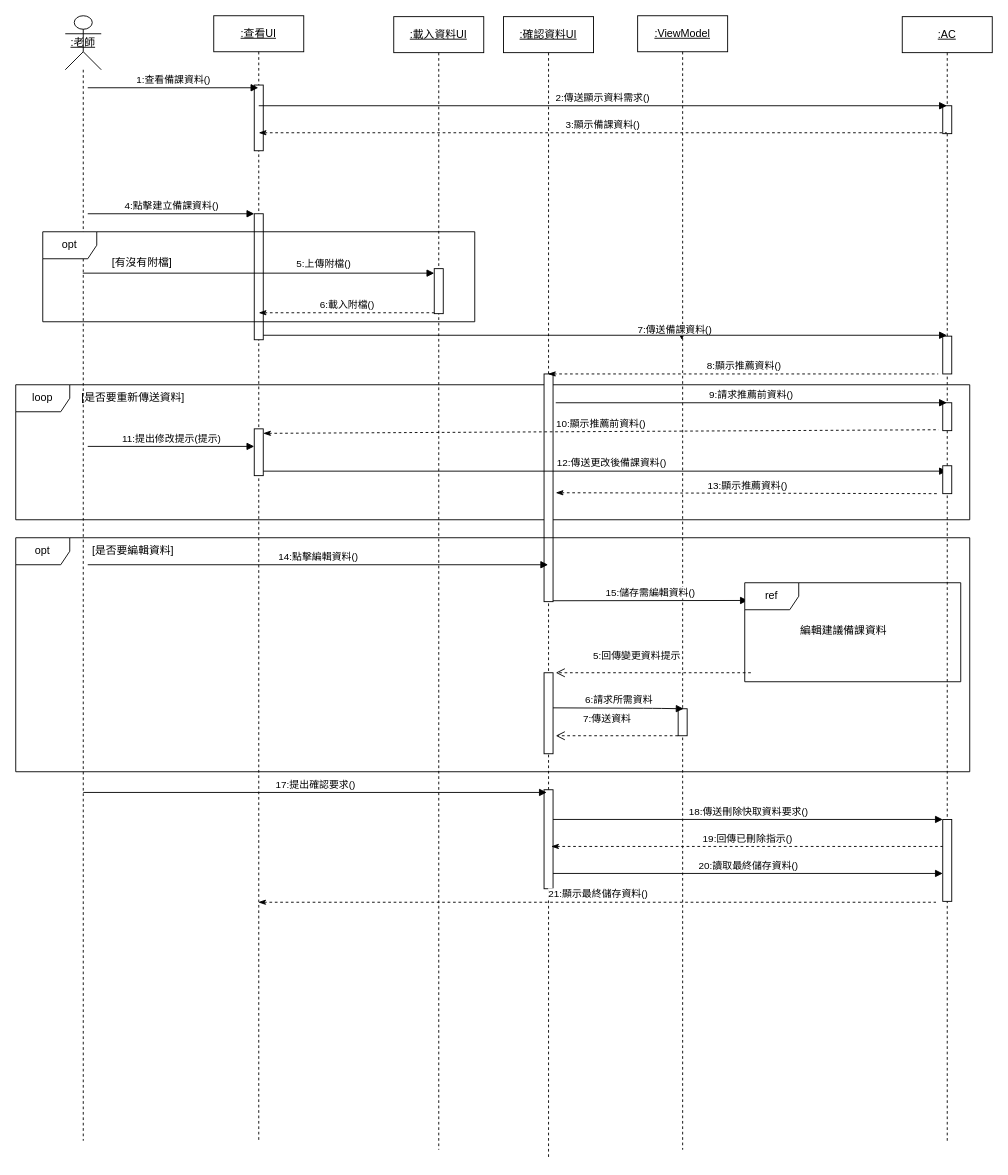
The draw.io diagram 循序圖(建立備課資料-UI)-new.drawio in Kevincheng0804/System-analysis, before the edit. Source tidied: cells renumbered, new cells numbered last; positions are measured from the earlier drawing's top-left corner, leaving out a move shared by most shapes. Both pictures are drawn from the tidied source at 90%, with x=0, y=0 at pixel (15, 15).
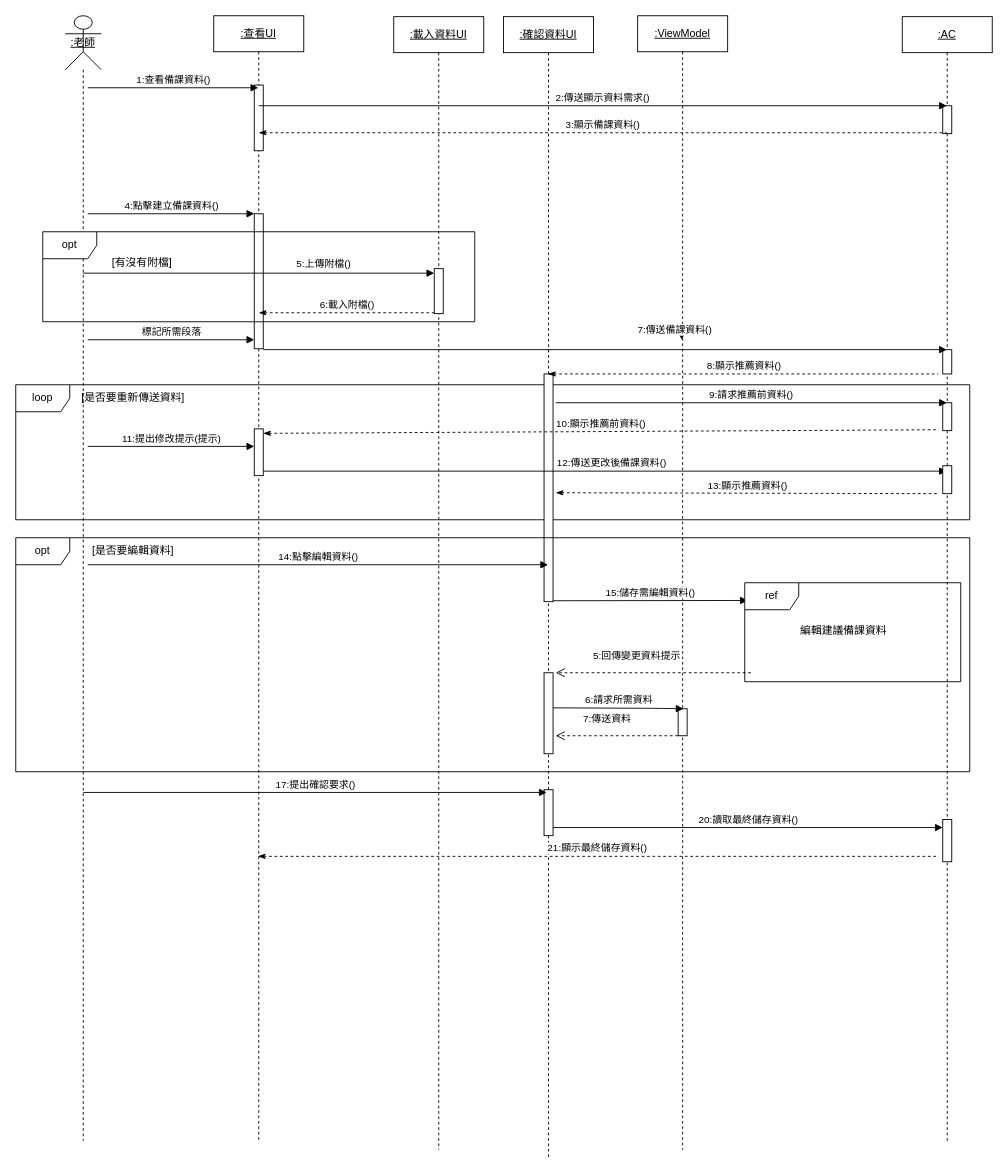
After the change.

Commit message:
更新循序圖(建立備課資料-UI)-new.drawio

The change refers to these unchanged cells:
```xml
<mxCell id="4" value="&lt;u&gt;:查看UI&lt;/u&gt;" style="shape=umlLifeline;perimeter=lifelinePerimeter;whiteSpace=wrap;html=1;outlineConnect=0;portConstraint=eastwest;newEdgeStyle={&quot;curved&quot;:0,&quot;rounded&quot;:0};" parent="1" vertex="1">
  <mxGeometry x="220" width="100" height="1250" as="geometry" />
</mxCell>
<mxCell id="7" value="&lt;u&gt;:確認資料UI&lt;/u&gt;" style="shape=umlLifeline;perimeter=lifelinePerimeter;whiteSpace=wrap;html=1;outlineConnect=0;portConstraint=eastwest;newEdgeStyle={&quot;curved&quot;:0,&quot;rounded&quot;:0};" parent="1" vertex="1">
  <mxGeometry x="542" y="1" width="100" height="1269" as="geometry" />
</mxCell>
<mxCell id="12" value="&lt;u&gt;:AC&lt;/u&gt;" style="shape=umlLifeline;perimeter=lifelinePerimeter;whiteSpace=wrap;html=1;outlineConnect=0;portConstraint=eastwest;newEdgeStyle={&quot;curved&quot;:0,&quot;rounded&quot;:0};" parent="1" vertex="1">
  <mxGeometry x="985" y="1" width="100" height="1249" as="geometry" />
</mxCell>
```

The edit, as a diff of the source:
```diff
@@
     <mxCell id="6" style="html=1;points=[[0,0,0,0,5],[0,1,0,0,-5],[1,0,0,0,5],[1,1,0,0,-5]];perimeter=orthogonalPerimeter;outlineConnect=0;targetShapes=umlLifeline;portConstraint=eastwest;newEdgeStyle={&quot;curved&quot;:0,&quot;rounded&quot;:0};" parent="4" vertex="1">
-      <mxGeometry x="45" y="220" width="10" height="140" as="geometry" />
+      <mxGeometry x="45" y="220" width="10" height="150" as="geometry" />
     </mxCell>
@@
     <mxCell id="9" style="html=1;perimeter=orthogonalPerimeter;targetShapes=umlLifeline;newEdgeStyle={&quot;curved&quot;:0,&quot;rounded&quot;:0};" parent="7" vertex="1">
-      <mxGeometry x="45" y="859" width="10" height="110" as="geometry" />
+      <mxGeometry x="45" y="859" width="10" height="51" as="geometry" />
     </mxCell>
@@
     <mxCell id="15" style="html=1;perimeter=orthogonalPerimeter;targetShapes=umlLifeline;newEdgeStyle={&quot;curved&quot;:0,&quot;rounded&quot;:0};" parent="12" vertex="1">
-      <mxGeometry x="45" y="355" width="10" height="42" as="geometry" />
+      <mxGeometry x="45" y="370" width="10" height="27" as="geometry" />
     </mxCell>
@@
-    <mxCell id="40" style="html=1;verticalAlign=bottom;endArrow=block;curved=0;rounded=0;exitX=1;exitY=1;exitDx=0;exitDy=-5;exitPerimeter=0;" parent="1" edge="1" source="6" target="12">
-      <mxGeometry relative="1" as="geometry" />
+    <mxCell id="40" style="html=1;verticalAlign=bottom;endArrow=block;curved=0;rounded=0;exitX=1;exitY=1;exitDx=0;exitDy=-5;exitPerimeter=0;" parent="1" edge="1">
+      <mxGeometry relative="1" as="geometry">
+        <mxPoint x="275" y="371" as="sourcePoint" />
+        <mxPoint x="1034.5" y="371" as="targetPoint" />
+      </mxGeometry>
     </mxCell>
@@
     <mxCell id="43" style="html=1;points=[[0,0,0,0,5],[0,1,0,0,-5],[1,0,0,0,5],[1,1,0,0,-5]];perimeter=orthogonalPerimeter;outlineConnect=0;targetShapes=umlLifeline;portConstraint=eastwest;newEdgeStyle={&quot;curved&quot;:0,&quot;rounded&quot;:0};" parent="1" vertex="1">
-      <mxGeometry x="1030" y="893" width="10" height="91" as="geometry" />
+      <mxGeometry x="1030" y="893" width="10" height="47" as="geometry" />
     </mxCell>
@@
-    <mxCell id="45" value="19:回傳已刪除指示()" style="html=1;verticalAlign=bottom;endArrow=none;curved=0;rounded=0;startArrow=classicThin;startFill=1;endFill=0;dashed=1;" parent="1" edge="1">
-      <mxGeometry relative="1" as="geometry">
-        <mxPoint x="595" y="923" as="sourcePoint" />
-        <mxPoint x="1030" y="923" as="targetPoint" />
-      </mxGeometry>
-    </mxCell>
@@
-    <mxCell id="49" value="21:顯示最終儲存資料()" style="html=1;verticalAlign=bottom;endArrow=none;curved=0;rounded=0;startArrow=classicThin;startFill=1;endFill=0;dashed=1;" parent="1" edge="1" source="4">
+    <mxCell id="49" value="21:顯示最終儲存資料()" style="html=1;verticalAlign=bottom;endArrow=none;curved=0;rounded=0;startArrow=classicThin;startFill=1;endFill=0;dashed=1;" parent="1" edge="1">
       <mxGeometry relative="1" as="geometry">
-        <mxPoint x="1022.5" y="985" as="targetPoint" />
+        <mxPoint x="269.1" y="934" as="sourcePoint" />
+        <mxPoint x="1022.5" y="934" as="targetPoint" />
       </mxGeometry>
     </mxCell>
-    <mxCell id="50" value="20:讀取最終儲存資料()" style="html=1;verticalAlign=bottom;endArrow=block;curved=0;rounded=0;" parent="1" edge="1" target="43">
+    <mxCell id="50" value="20:讀取最終儲存資料()" style="html=1;verticalAlign=bottom;endArrow=block;curved=0;rounded=0;" parent="1" edge="1">
       <mxGeometry relative="1" as="geometry">
-        <mxPoint x="597" y="953" as="sourcePoint" />
+        <mxPoint x="597" y="902" as="sourcePoint" />
+        <mxPoint x="1030" y="902" as="targetPoint" />
       </mxGeometry>
     </mxCell>
-    <mxCell id="51" value="18:傳送刪除快取資料要求()" style="html=1;verticalAlign=bottom;endArrow=block;curved=0;rounded=0;" parent="1" edge="1">
-      <mxGeometry relative="1" as="geometry">
-        <mxPoint x="597" y="893" as="sourcePoint" />
-        <mxPoint x="1030" y="893" as="targetPoint" />
-      </mxGeometry>
-    </mxCell>
@@
+    <mxCell id="56" value="標記所需段落" style="html=1;verticalAlign=bottom;endArrow=block;curved=0;rounded=0;" parent="1" edge="1">
+      <mxGeometry relative="1" as="geometry">
+        <mxPoint x="80" y="360" as="sourcePoint" />
+        <mxPoint x="265" y="360" as="targetPoint" />
+      </mxGeometry>
+    </mxCell>
```
